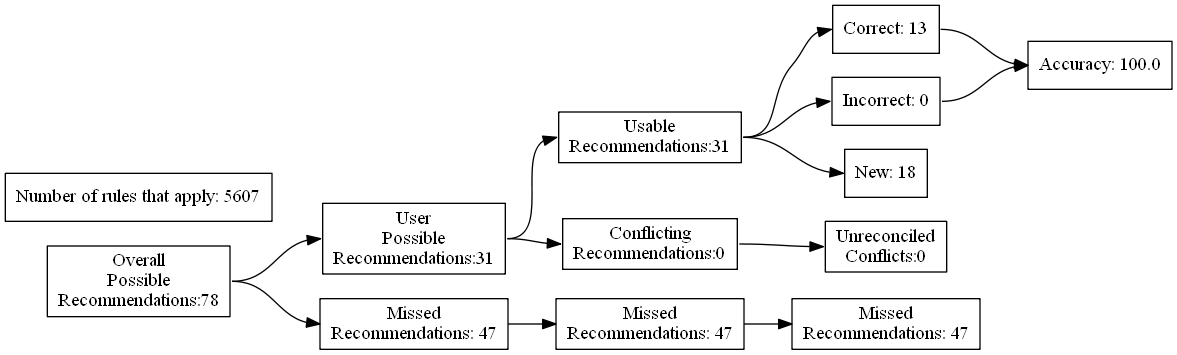
ZaxR/ibd_diet_analysis keeps this Graphviz diagram as test_renders/1.gv.png. Above is the earlier version. Its source is kept beside it as test_renders/1.gv.
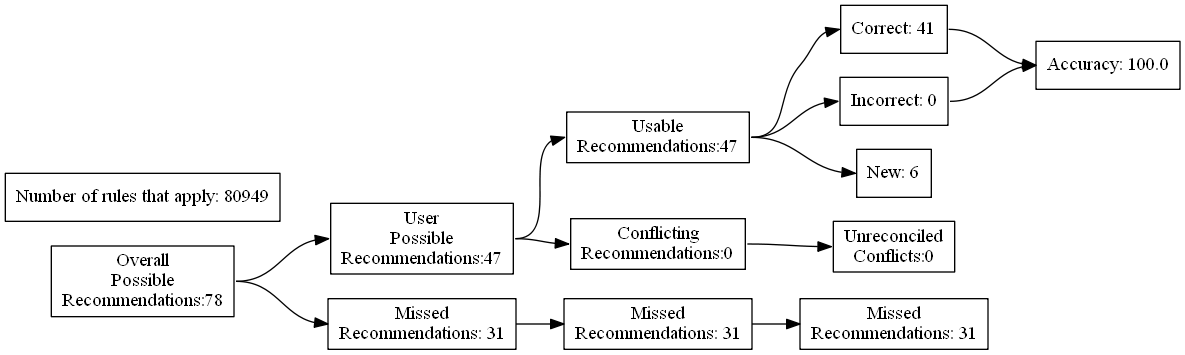
After the change.

Change to the diagram source:
```diff
@@ -7,24 +7,24 @@
 Recommendations:78"]
 		B [label="User
 Possible
-Recommendations:31"]
+Recommendations:47"]
 		C [label="Missed
-Recommendations: 47"]
+Recommendations: 31"]
 		D [label="Usable
-Recommendations:31"]
+Recommendations:47"]
 		E [label="Conflicting
 Recommendations:0"]
 		J [label="Missed
-Recommendations: 47"]
+Recommendations: 31"]
 		M [label="Unreconciled
 Conflicts:0"]
-		F [label="Correct: 13"]
+		F [label="Correct: 41"]
 		G [label="Incorrect: 0"]
-		H [label="New: 18"]
+		H [label="New: 6"]
 		K [label="Missed
-Recommendations: 47"]
+Recommendations: 31"]
 		I [label="Accuracy: 100.0"]
-		l [label="Number of rules that apply: 5607"]
+		l [label="Number of rules that apply: 80949"]
 			A -> B
 			A -> C
 			B -> D
```
